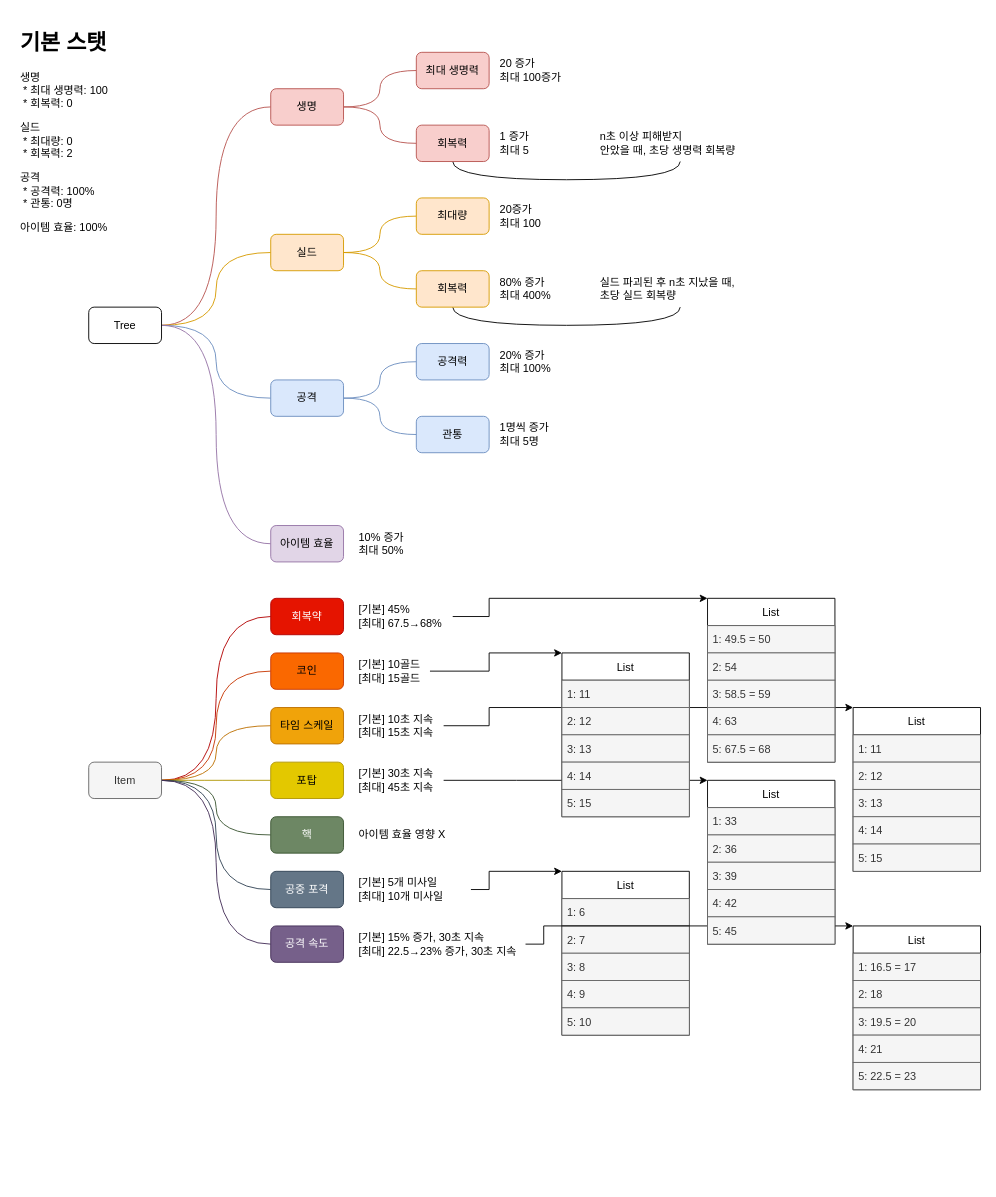
Earlier version of the draw.io diagram page "로그라이크 요소" (3 of 4) of FPS Survivall.drawio (Whale-Park18/FPS-Survival). Source tidied: cells renumbered, new cells numbered last; positions are measured from the earlier drawing's top-left corner, leaving out a move shared by most shapes. Both pictures are drawn from the tidied source at 91%, with x=0, y=0 at pixel (15, 25).
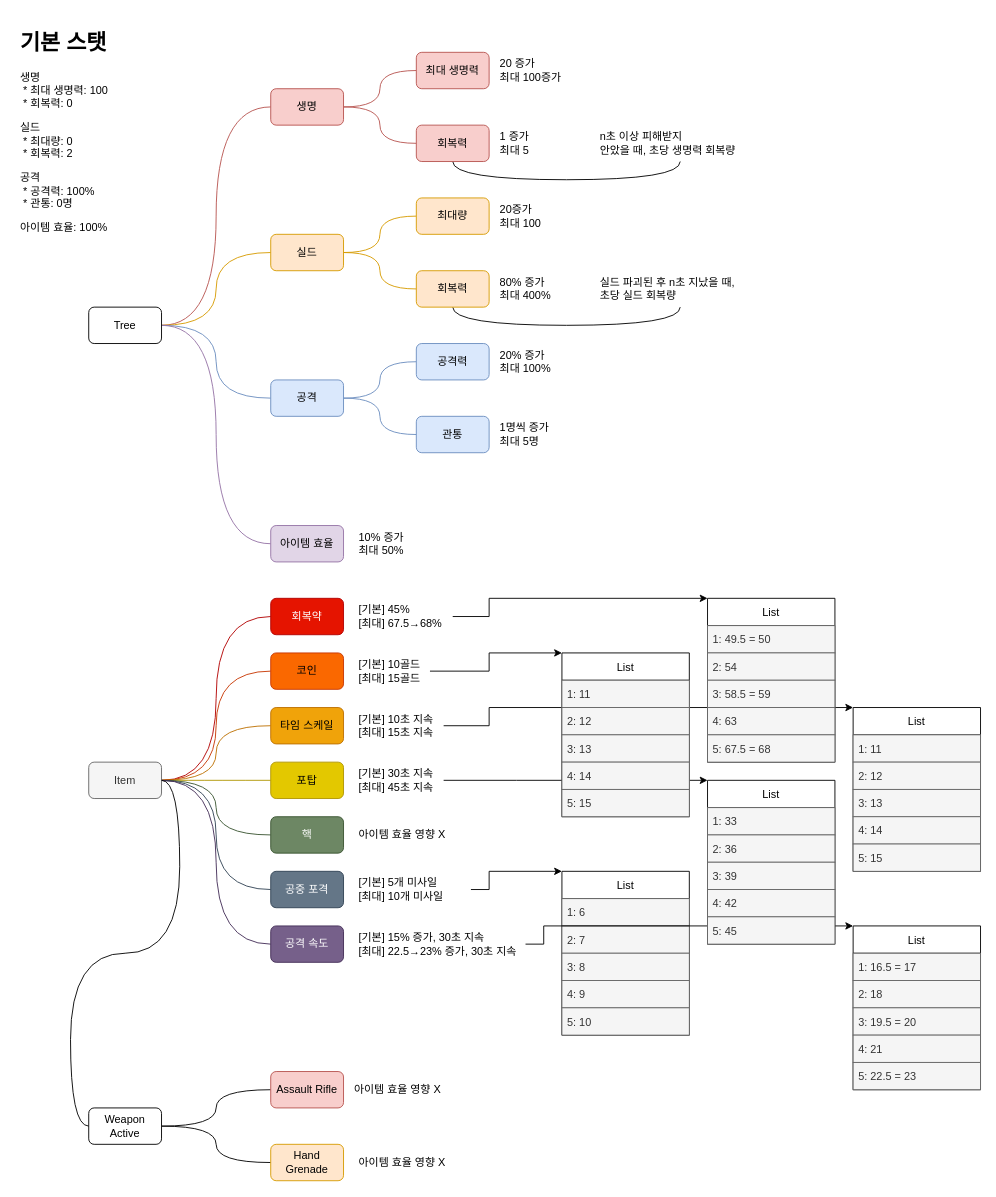
The same diagram, later.

The change refers to these unchanged cells:
```xml
<mxCell id="38" value="Item" style="rounded=1;whiteSpace=wrap;html=1;fillColor=#f5f5f5;fontColor=#333333;strokeColor=#666666;" parent="1" vertex="1">
  <mxGeometry x="80" y="810" width="80" height="40" as="geometry" />
</mxCell>
```

The edit, as a diff of the source:
```diff
@@
+    <mxCell id="99" style="edgeStyle=orthogonalEdgeStyle;rounded=0;jettySize=auto;html=1;exitX=0;exitY=0.5;exitDx=0;exitDy=0;entryX=1;entryY=0.5;entryDx=0;entryDy=0;endArrow=none;endFill=0;curved=1;" parent="1" edge="1" source="102" target="38">
+      <mxGeometry relative="1" as="geometry" />
+    </mxCell>
+    <mxCell id="100" style="edgeStyle=orthogonalEdgeStyle;curved=1;rounded=0;jettySize=auto;html=1;exitX=1;exitY=0.5;exitDx=0;exitDy=0;entryX=0;entryY=0.5;entryDx=0;entryDy=0;endArrow=none;endFill=0;" parent="1" edge="1" source="102" target="103">
+      <mxGeometry relative="1" as="geometry" />
+    </mxCell>
+    <mxCell id="101" style="edgeStyle=orthogonalEdgeStyle;curved=1;rounded=0;jettySize=auto;html=1;exitX=1;exitY=0.5;exitDx=0;exitDy=0;entryX=0;entryY=0.5;entryDx=0;entryDy=0;endArrow=none;endFill=0;" parent="1" edge="1" source="102" target="104">
+      <mxGeometry relative="1" as="geometry" />
+    </mxCell>
+    <mxCell id="102" value="Weapon&lt;br&gt;Active" style="rounded=1;whiteSpace=wrap;html=1;" parent="1" vertex="1">
+      <mxGeometry x="80" y="1190" width="80" height="40" as="geometry" />
+    </mxCell>
+    <mxCell id="103" value="Assault Rifle" style="rounded=1;whiteSpace=wrap;html=1;fillColor=#f8cecc;strokeColor=#b85450;" parent="1" vertex="1">
+      <mxGeometry x="280" y="1150" width="80" height="40" as="geometry" />
+    </mxCell>
+    <mxCell id="104" value="Hand&lt;br&gt;Grenade" style="rounded=1;whiteSpace=wrap;html=1;fillColor=#ffe6cc;strokeColor=#d79b00;" parent="1" vertex="1">
+      <mxGeometry x="280" y="1230" width="80" height="40" as="geometry" />
+    </mxCell>
+    <mxCell id="105" value="아이템 효율 영향 X" style="text;html=1;strokeColor=none;fillColor=none;align=left;verticalAlign=middle;whiteSpace=wrap;rounded=0;" parent="1" vertex="1">
+      <mxGeometry x="370" y="1150" width="105" height="40" as="geometry" />
+    </mxCell>
+    <mxCell id="106" value="아이템 효율 영향 X" style="text;html=1;strokeColor=none;fillColor=none;align=left;verticalAlign=middle;whiteSpace=wrap;rounded=0;" parent="1" vertex="1">
+      <mxGeometry x="375" y="1230" width="105" height="40" as="geometry" />
+    </mxCell>
```
